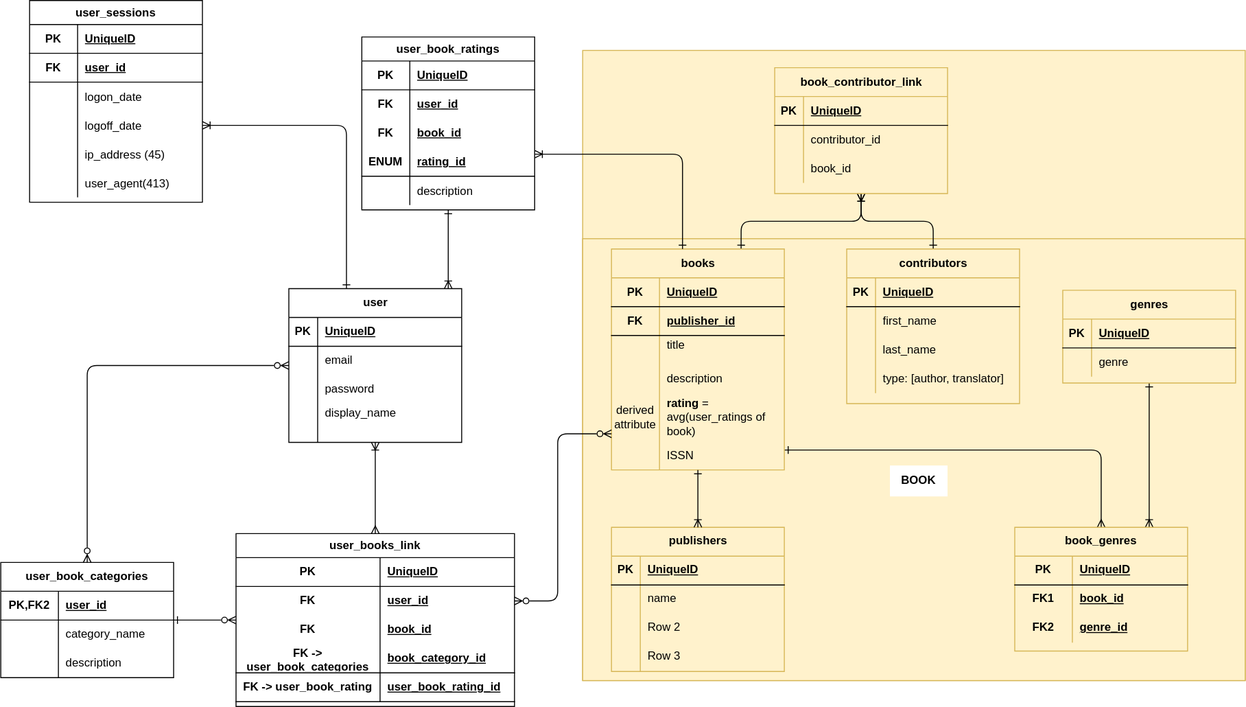
The draw.io diagram docs/uml.drawio.svg in JCU25/Shelfgleam, before a commit. Source tidied: cells renumbered, new cells last; positions are measured from the earlier drawing's top-left corner, leaving out a move shared by most shapes.
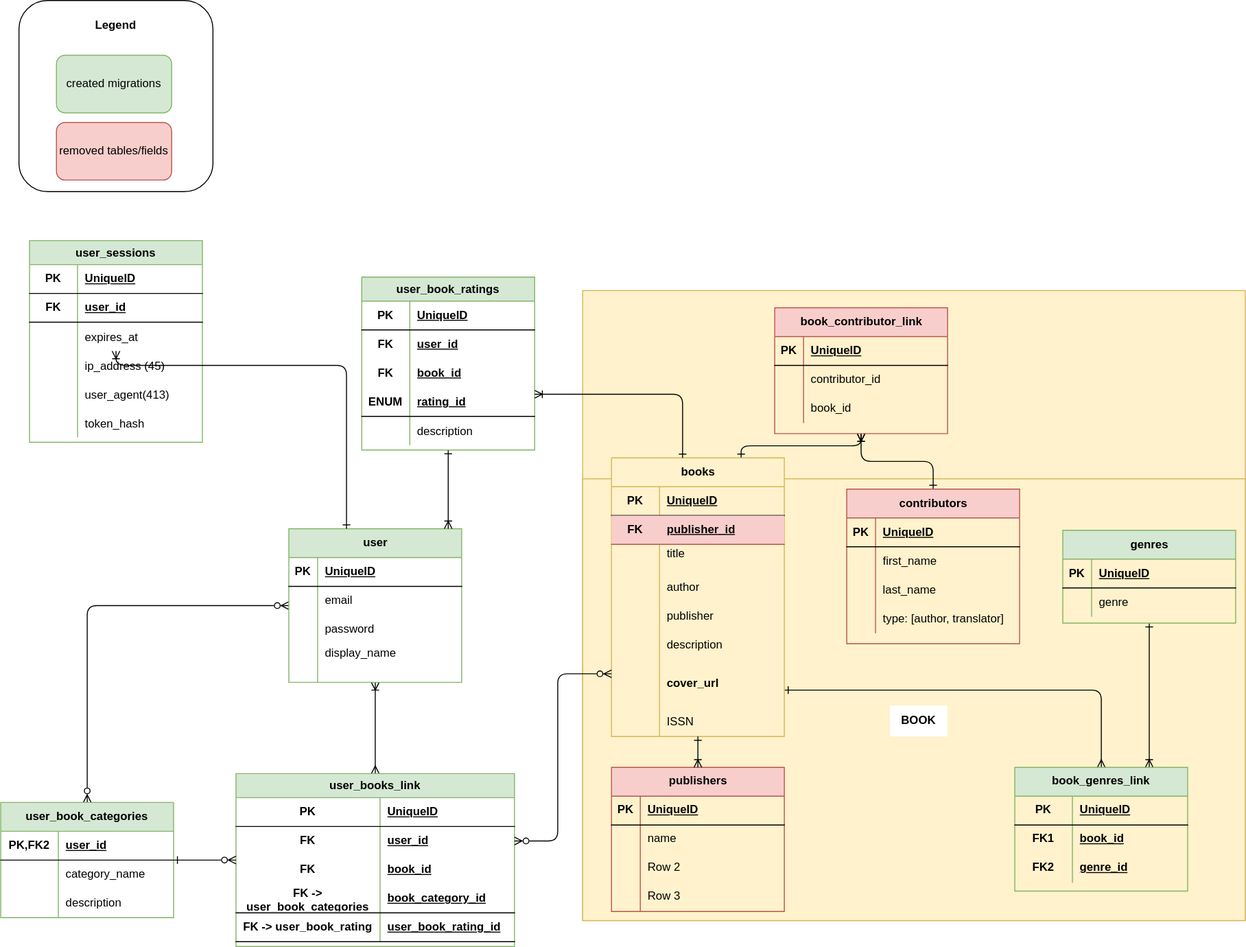
Above is the later version.

Diff of the diagram source:
```diff
@@ -8,7 +8,7 @@
     <mxCell id="3" style="edgeStyle=orthogonalEdgeStyle;html=1;startArrow=ERoneToMany;startFill=0;endArrow=ERmany;endFill=0;" parent="1" edge="1" source="4" target="20">
       <mxGeometry relative="1" as="geometry" />
     </mxCell>
-    <mxCell id="4" value="user" style="shape=table;startSize=30;rowLines=0;fontStyle=1;align=center;html=1;" parent="1" vertex="1">
+    <mxCell id="4" value="user" style="shape=table;startSize=30;rowLines=0;fontStyle=1;align=center;html=1;fillColor=#d5e8d4;strokeColor=#82b366;" parent="1" vertex="1">
       <mxGeometry x="300" y="300" width="180" height="160" as="geometry" />
     </mxCell>
     <mxCell id="5" style="shape=tableRow;horizontal=0;startSize=0;swimlaneHead=0;swimlaneBody=0;fillColor=none;top=0;left=0;right=0;bottom=1;" parent="4" vertex="1">
@@ -56,7 +56,7 @@
     <mxCell id="19" style="shape=partialRectangle;fillColor=none;top=0;left=0;bottom=0;right=0;align=left;spacingLeft=6;overflow=hidden;whiteSpace=wrap;html=1;" parent="17" vertex="1">
       <mxGeometry x="30" width="150" height="20" as="geometry" />
     </mxCell>
-    <mxCell id="20" value="user_books_link" style="shape=table;startSize=25;rowLines=0;fontStyle=1;align=center;html=1;whiteSpace=wrap;" parent="1" vertex="1">
+    <mxCell id="20" value="user_books_link" style="shape=table;startSize=25;rowLines=0;fontStyle=1;align=center;html=1;whiteSpace=wrap;fillColor=#d5e8d4;strokeColor=#82b366;" parent="1" vertex="1">
       <mxGeometry x="245" y="555" width="290" height="180" as="geometry" />
     </mxCell>
     <mxCell id="21" style="shape=tableRow;horizontal=0;startSize=0;swimlaneHead=0;swimlaneBody=0;fillColor=none;top=0;left=0;right=0;bottom=1;html=1;swimlaneFillColor=none;swimlaneLine=1;" parent="20" vertex="1">
@@ -107,7 +107,7 @@
     <mxCell id="36" style="edgeStyle=orthogonalEdgeStyle;html=1;startArrow=ERone;startFill=0;endArrow=ERzeroToMany;endFill=0;" parent="1" edge="1" source="37" target="20">
       <mxGeometry relative="1" as="geometry" />
     </mxCell>
-    <mxCell id="37" value="user_book_categories" style="shape=table;startSize=30;rowLines=0;fontStyle=1;align=center;html=1;whiteSpace=wrap;" parent="1" vertex="1">
+    <mxCell id="37" value="user_book_categories" style="shape=table;startSize=30;rowLines=0;fontStyle=1;align=center;html=1;whiteSpace=wrap;fillColor=#d5e8d4;strokeColor=#82b366;" parent="1" vertex="1">
       <mxGeometry y="585" width="180" height="120" as="geometry" />
     </mxCell>
     <mxCell id="38" style="shape=tableRow;horizontal=0;startSize=0;swimlaneHead=0;swimlaneBody=0;fillColor=none;top=0;left=0;right=0;bottom=1;html=1;" parent="37" vertex="1">
@@ -144,7 +144,7 @@
         </Array>
       </mxGeometry>
     </mxCell>
-    <mxCell id="48" value="user_book_ratings" style="shape=table;startSize=25;rowLines=0;fontStyle=1;align=center;html=1;whiteSpace=wrap;" parent="1" vertex="1">
+    <mxCell id="48" value="user_book_ratings" style="shape=table;startSize=25;rowLines=0;fontStyle=1;align=center;html=1;whiteSpace=wrap;fillColor=#d5e8d4;strokeColor=#82b366;" parent="1" vertex="1">
       <mxGeometry x="376" y="38" width="180" height="180" as="geometry" />
     </mxCell>
     <mxCell id="49" style="shape=tableRow;horizontal=0;startSize=0;swimlaneHead=0;swimlaneBody=0;fillColor=none;top=0;left=0;right=0;bottom=1;html=1;swimlaneFillColor=none;swimlaneLine=1;" parent="48" vertex="1">
@@ -192,7 +192,7 @@
     <mxCell id="63" value="description" style="shape=partialRectangle;fillColor=none;top=0;left=0;bottom=0;right=0;align=left;spacingLeft=6;overflow=hidden;" parent="61" vertex="1">
       <mxGeometry x="50" width="130" height="30" as="geometry" />
     </mxCell>
-    <mxCell id="64" value="user_sessions" style="shape=table;startSize=25;rowLines=0;fontStyle=1;align=center;html=1;whiteSpace=wrap;" parent="1" vertex="1">
+    <mxCell id="64" value="user_sessions" style="shape=table;startSize=25;rowLines=0;fontStyle=1;align=center;html=1;whiteSpace=wrap;fillColor=#d5e8d4;strokeColor=#82b366;" parent="1" vertex="1">
       <mxGeometry x="30" width="180" height="210" as="geometry" />
     </mxCell>
     <mxCell id="65" style="shape=tableRow;horizontal=0;startSize=0;swimlaneHead=0;swimlaneBody=0;fillColor=none;top=0;left=0;right=0;bottom=1;html=1;swimlaneFillColor=none;swimlaneLine=1;" parent="64" vertex="1">
@@ -213,26 +213,17 @@
     <mxCell id="70" value="user_id" style="shape=partialRectangle;fillColor=none;top=0;left=0;bottom=0;right=0;align=left;spacingLeft=6;fontStyle=5;overflow=hidden;html=1;whiteSpace=wrap;" parent="68" vertex="1">
       <mxGeometry x="50" width="130" height="30" as="geometry" />
     </mxCell>
-    <mxCell id="71" style="shape=tableRow;horizontal=0;startSize=0;swimlaneHead=0;swimlaneBody=0;fillColor=none;top=0;left=0;right=0;bottom=0;" parent="64" vertex="1">
-      <mxGeometry y="85" width="180" height="30" as="geometry" />
-    </mxCell>
-    <mxCell id="72" style="shape=partialRectangle;fillColor=none;top=0;left=0;bottom=0;right=0;overflow=hidden;" parent="71" vertex="1">
-      <mxGeometry width="50" height="30" as="geometry" />
-    </mxCell>
-    <mxCell id="73" value="logon_date" style="shape=partialRectangle;fillColor=none;top=0;left=0;bottom=0;right=0;align=left;spacingLeft=6;overflow=hidden;" parent="71" vertex="1">
-      <mxGeometry x="50" width="130" height="30" as="geometry" />
-    </mxCell>
     <mxCell id="74" style="shape=tableRow;horizontal=0;startSize=0;swimlaneHead=0;swimlaneBody=0;fillColor=none;points=[[0,0.5],[1,0.5]];portConstraint=eastwest;top=0;left=0;right=0;bottom=0;" parent="64" vertex="1">
-      <mxGeometry y="115" width="180" height="30" as="geometry" />
+      <mxGeometry y="85" width="180" height="30" as="geometry" />
     </mxCell>
     <mxCell id="75" style="shape=partialRectangle;fillColor=none;top=0;left=0;bottom=0;right=0;overflow=hidden;" parent="74" vertex="1">
       <mxGeometry width="50" height="30" as="geometry" />
     </mxCell>
-    <mxCell id="76" value="logoff_date" style="shape=partialRectangle;fillColor=none;top=0;left=0;bottom=0;right=0;align=left;spacingLeft=6;overflow=hidden;" parent="74" vertex="1">
+    <mxCell id="76" value="expires_at" style="shape=partialRectangle;fillColor=none;top=0;left=0;bottom=0;right=0;align=left;spacingLeft=6;overflow=hidden;" parent="74" vertex="1">
       <mxGeometry x="50" width="130" height="30" as="geometry" />
     </mxCell>
     <mxCell id="77" style="shape=tableRow;horizontal=0;startSize=0;swimlaneHead=0;swimlaneBody=0;fillColor=none;top=0;left=0;right=0;bottom=0;" parent="64" vertex="1">
-      <mxGeometry y="145" width="180" height="30" as="geometry" />
+      <mxGeometry y="115" width="180" height="30" as="geometry" />
     </mxCell>
     <mxCell id="78" style="shape=partialRectangle;fillColor=none;top=0;left=0;bottom=0;right=0;overflow=hidden;" parent="77" vertex="1">
       <mxGeometry width="50" height="30" as="geometry" />
@@ -241,7 +232,7 @@
       <mxGeometry x="50" width="130" height="30" as="geometry" />
     </mxCell>
     <mxCell id="80" style="shape=tableRow;horizontal=0;startSize=0;swimlaneHead=0;swimlaneBody=0;fillColor=none;top=0;left=0;right=0;bottom=0;" parent="64" vertex="1">
-      <mxGeometry y="175" width="180" height="30" as="geometry" />
+      <mxGeometry y="145" width="180" height="30" as="geometry" />
     </mxCell>
     <mxCell id="81" style="shape=partialRectangle;fillColor=none;top=0;left=0;bottom=0;right=0;overflow=hidden;" parent="80" vertex="1">
       <mxGeometry width="50" height="30" as="geometry" />
@@ -249,6 +240,15 @@
     <mxCell id="82" value="user_agent(413)" style="shape=partialRectangle;fillColor=none;top=0;left=0;bottom=0;right=0;align=left;spacingLeft=6;overflow=hidden;fontStyle=0;" parent="80" vertex="1">
       <mxGeometry x="50" width="130" height="30" as="geometry" />
     </mxCell>
+    <mxCell id="167" style="shape=tableRow;horizontal=0;startSize=0;swimlaneHead=0;swimlaneBody=0;fillColor=none;top=0;left=0;right=0;bottom=0;" parent="64" vertex="1">
+      <mxGeometry y="175" width="180" height="30" as="geometry" />
+    </mxCell>
+    <mxCell id="72" style="shape=partialRectangle;fillColor=none;top=0;left=0;bottom=0;right=0;overflow=hidden;" parent="167" vertex="1">
+      <mxGeometry width="50" height="30" as="geometry" />
+    </mxCell>
+    <mxCell id="168" value="token_hash" style="shape=partialRectangle;fillColor=none;top=0;left=0;bottom=0;right=0;align=left;spacingLeft=6;overflow=hidden;fontStyle=0;" parent="167" vertex="1">
+      <mxGeometry x="50" width="130" height="30" as="geometry" />
+    </mxCell>
     <mxCell id="83" style="edgeStyle=orthogonalEdgeStyle;html=1;endArrow=ERone;endFill=0;startArrow=ERoneToMany;startFill=0;" parent="1" edge="1" source="74" target="4">
       <mxGeometry relative="1" as="geometry">
         <Array as="points">
@@ -271,7 +271,7 @@
     <mxCell id="88" style="edgeStyle=orthogonalEdgeStyle;html=1;endArrow=ERone;endFill=0;startArrow=ERoneToMany;startFill=0;" parent="84" edge="1" source="89" target="119">
       <mxGeometry relative="1" as="geometry" />
     </mxCell>
-    <mxCell id="89" value="book_contributor_link" style="shape=table;startSize=30;rowLines=0;fontStyle=1;align=center;html=1;fillColor=#fff2cc;strokeColor=#d6b656;" parent="84" vertex="1">
+    <mxCell id="89" value="book_contributor_link" style="shape=table;startSize=30;rowLines=0;fontStyle=1;align=center;html=1;fillColor=#f8cecc;strokeColor=#b85450;" parent="84" vertex="1">
       <mxGeometry x="200" y="18" width="180" height="131" as="geometry" />
     </mxCell>
     <mxCell id="90" style="shape=tableRow;horizontal=0;startSize=0;swimlaneHead=0;swimlaneBody=0;fillColor=none;top=0;left=0;right=0;bottom=1;" parent="89" vertex="1">
@@ -309,7 +309,7 @@
       </mxGeometry>
     </mxCell>
     <mxCell id="100" value="books" style="shape=table;startSize=30;rowLines=0;fontStyle=1;align=center;html=1;fillColor=#fff2cc;strokeColor=#d6b656;" parent="84" vertex="1">
-      <mxGeometry x="30" y="206.7" width="180" height="230" as="geometry" />
+      <mxGeometry x="30" y="174.3" width="180" height="290" as="geometry" />
     </mxCell>
     <mxCell id="101" style="shape=tableRow;horizontal=0;startSize=0;swimlaneHead=0;swimlaneBody=0;fillColor=none;top=0;left=0;right=0;bottom=1;" parent="100" vertex="1">
       <mxGeometry y="30" width="180" height="30" as="geometry" />
@@ -320,7 +320,7 @@
     <mxCell id="103" value="&lt;span style=&quot;color: rgb(0, 0, 0);&quot;&gt;UniqueID&lt;/span&gt;" style="shape=partialRectangle;fillColor=none;top=0;left=0;bottom=0;right=0;align=left;spacingLeft=6;fontStyle=5;overflow=hidden;whiteSpace=wrap;html=1;" parent="101" vertex="1">
       <mxGeometry x="50" width="130" height="30" as="geometry" />
     </mxCell>
-    <mxCell id="104" style="shape=tableRow;horizontal=0;startSize=0;swimlaneHead=0;swimlaneBody=0;fillColor=none;top=0;left=0;right=0;bottom=1;" parent="100" vertex="1">
+    <mxCell id="104" style="shape=tableRow;horizontal=0;startSize=0;swimlaneHead=0;swimlaneBody=0;fillColor=#f8cecc;top=0;left=0;right=0;bottom=1;strokeColor=#b85450;" parent="100" vertex="1">
       <mxGeometry y="60" width="180" height="30" as="geometry" />
     </mxCell>
     <mxCell id="105" value="FK" style="shape=partialRectangle;fillColor=none;top=0;left=0;bottom=0;right=0;fontStyle=1;overflow=hidden;whiteSpace=wrap;html=1;" parent="104" vertex="1">
@@ -338,8 +338,26 @@
     <mxCell id="109" value="title&lt;span style=&quot;white-space: pre;&quot;&gt;&#9;&lt;/span&gt;" style="shape=partialRectangle;fillColor=none;top=0;left=0;bottom=0;right=0;align=left;spacingLeft=6;overflow=hidden;whiteSpace=wrap;html=1;" parent="107" vertex="1">
       <mxGeometry x="50" width="130" height="30" as="geometry" />
     </mxCell>
+    <mxCell id="169" style="shape=tableRow;horizontal=0;startSize=0;swimlaneHead=0;swimlaneBody=0;fillColor=none;top=0;left=0;right=0;bottom=0;" parent="100" vertex="1">
+      <mxGeometry y="120" width="180" height="30" as="geometry" />
+    </mxCell>
+    <mxCell id="170" style="shape=partialRectangle;fillColor=none;top=0;left=0;bottom=0;right=0;overflow=hidden;whiteSpace=wrap;html=1;" parent="169" vertex="1">
+      <mxGeometry width="50" height="30" as="geometry" />
+    </mxCell>
+    <mxCell id="171" value="author" style="shape=partialRectangle;fillColor=none;top=0;left=0;bottom=0;right=0;align=left;spacingLeft=6;overflow=hidden;whiteSpace=wrap;html=1;" parent="169" vertex="1">
+      <mxGeometry x="50" width="130" height="30" as="geometry" />
+    </mxCell>
+    <mxCell id="172" style="shape=tableRow;horizontal=0;startSize=0;swimlaneHead=0;swimlaneBody=0;fillColor=none;top=0;left=0;right=0;bottom=0;" parent="100" vertex="1">
+      <mxGeometry y="150" width="180" height="30" as="geometry" />
+    </mxCell>
+    <mxCell id="173" style="shape=partialRectangle;fillColor=none;top=0;left=0;bottom=0;right=0;overflow=hidden;whiteSpace=wrap;html=1;" parent="172" vertex="1">
+      <mxGeometry width="50" height="30" as="geometry" />
+    </mxCell>
+    <mxCell id="174" value="publisher" style="shape=partialRectangle;fillColor=none;top=0;left=0;bottom=0;right=0;align=left;spacingLeft=6;overflow=hidden;whiteSpace=wrap;html=1;" parent="172" vertex="1">
+      <mxGeometry x="50" width="130" height="30" as="geometry" />
+    </mxCell>
     <mxCell id="110" style="shape=tableRow;horizontal=0;startSize=0;swimlaneHead=0;swimlaneBody=0;fillColor=none;top=0;left=0;right=0;bottom=0;" parent="100" vertex="1">
-      <mxGeometry y="120" width="180" height="30" as="geometry" />
+      <mxGeometry y="180" width="180" height="30" as="geometry" />
     </mxCell>
     <mxCell id="111" style="shape=partialRectangle;fillColor=none;top=0;left=0;bottom=0;right=0;overflow=hidden;whiteSpace=wrap;html=1;" parent="110" vertex="1">
       <mxGeometry width="50" height="30" as="geometry" />
@@ -347,17 +365,17 @@
     <mxCell id="112" value="description" style="shape=partialRectangle;fillColor=none;top=0;left=0;bottom=0;right=0;align=left;spacingLeft=6;overflow=hidden;whiteSpace=wrap;html=1;" parent="110" vertex="1">
       <mxGeometry x="50" width="130" height="30" as="geometry" />
     </mxCell>
-    <mxCell id="113" style="shape=tableRow;horizontal=0;startSize=0;swimlaneHead=0;swimlaneBody=0;fillColor=none;top=0;left=0;right=0;bottom=0;" parent="100" vertex="1">
-      <mxGeometry y="150" width="180" height="50" as="geometry" />
+    <mxCell id="113" style="shape=tableRow;horizontal=0;startSize=0;swimlaneHead=0;swimlaneBody=0;top=0;left=0;right=0;bottom=0;fillColor=none;strokeColor=#d6b656;" parent="100" vertex="1">
+      <mxGeometry y="210" width="180" height="50" as="geometry" />
     </mxCell>
-    <mxCell id="114" value="derived attribute" style="shape=partialRectangle;fillColor=none;top=0;left=0;bottom=0;right=0;overflow=hidden;whiteSpace=wrap;html=1;" parent="113" vertex="1">
+    <mxCell id="114" style="shape=partialRectangle;fillColor=none;top=0;left=0;bottom=0;right=0;overflow=hidden;whiteSpace=wrap;html=1;" parent="113" vertex="1">
       <mxGeometry width="50" height="50" as="geometry" />
     </mxCell>
-    <mxCell id="115" value="&lt;b&gt;rating&lt;/b&gt; = avg(user_ratings of book)" style="shape=partialRectangle;fillColor=none;top=0;left=0;bottom=0;right=0;align=left;spacingLeft=6;overflow=hidden;whiteSpace=wrap;html=1;" parent="113" vertex="1">
+    <mxCell id="115" value="&lt;b&gt;cover_url&lt;/b&gt;" style="shape=partialRectangle;fillColor=none;top=0;left=0;bottom=0;right=0;align=left;spacingLeft=6;overflow=hidden;whiteSpace=wrap;html=1;" parent="113" vertex="1">
       <mxGeometry x="50" width="130" height="50" as="geometry" />
     </mxCell>
     <mxCell id="116" style="shape=tableRow;horizontal=0;startSize=0;swimlaneHead=0;swimlaneBody=0;fillColor=none;top=0;left=0;right=0;bottom=0;" parent="100" vertex="1">
-      <mxGeometry y="200" width="180" height="30" as="geometry" />
+      <mxGeometry y="260" width="180" height="30" as="geometry" />
     </mxCell>
     <mxCell id="117" style="shape=partialRectangle;fillColor=none;top=0;left=0;bottom=0;right=0;overflow=hidden;whiteSpace=wrap;html=1;" parent="116" vertex="1">
       <mxGeometry width="50" height="30" as="geometry" />
@@ -365,7 +383,7 @@
     <mxCell id="118" value="ISSN" style="shape=partialRectangle;fillColor=none;top=0;left=0;bottom=0;right=0;align=left;spacingLeft=6;overflow=hidden;whiteSpace=wrap;html=1;" parent="116" vertex="1">
       <mxGeometry x="50" width="130" height="30" as="geometry" />
     </mxCell>
-    <mxCell id="119" value="contributors" style="shape=table;startSize=30;rowLines=0;fontStyle=1;align=center;html=1;fillColor=#fff2cc;strokeColor=#d6b656;" parent="84" vertex="1">
+    <mxCell id="119" value="contributors" style="shape=table;startSize=30;rowLines=0;fontStyle=1;align=center;html=1;fillColor=#f8cecc;strokeColor=#b85450;" parent="84" vertex="1">
       <mxGeometry x="275" y="206.7" width="180" height="161" as="geometry" />
     </mxCell>
     <mxCell id="120" style="shape=tableRow;horizontal=0;startSize=0;swimlaneHead=0;swimlaneBody=0;fillColor=none;top=0;left=0;right=0;bottom=1;" parent="119" vertex="1">
@@ -411,7 +429,7 @@
         </Array>
       </mxGeometry>
     </mxCell>
-    <mxCell id="133" value="genres" style="shape=table;startSize=30;rowLines=0;fontStyle=1;align=center;html=1;fillColor=#fff2cc;strokeColor=#d6b656;" parent="84" vertex="1">
+    <mxCell id="133" value="genres" style="shape=table;startSize=30;rowLines=0;fontStyle=1;align=center;html=1;fillColor=#d5e8d4;strokeColor=#82b366;" parent="84" vertex="1">
       <mxGeometry x="500" y="249.7" width="180" height="96.6" as="geometry" />
     </mxCell>
     <mxCell id="134" style="shape=tableRow;horizontal=0;startSize=0;swimlaneHead=0;swimlaneBody=0;fillColor=none;top=0;left=0;right=0;bottom=1;" parent="133" vertex="1">
@@ -432,7 +450,7 @@
     <mxCell id="139" value="genre" style="shape=partialRectangle;fillColor=none;top=0;left=0;bottom=0;right=0;align=left;spacingLeft=6;overflow=hidden;whiteSpace=wrap;html=1;" parent="137" vertex="1">
       <mxGeometry x="30" width="150" height="30" as="geometry" />
     </mxCell>
-    <mxCell id="140" value="book_genres" style="shape=table;startSize=30;rowLines=0;fontStyle=1;align=center;html=1;whiteSpace=wrap;fillColor=#fff2cc;strokeColor=#d6b656;" parent="84" vertex="1">
+    <mxCell id="140" value="book_genres_link" style="shape=table;startSize=30;rowLines=0;fontStyle=1;align=center;html=1;whiteSpace=wrap;fillColor=#d5e8d4;strokeColor=#82b366;" parent="84" vertex="1">
       <mxGeometry x="450" y="496.5" width="180" height="128.8" as="geometry" />
     </mxCell>
     <mxCell id="141" style="shape=tableRow;horizontal=0;startSize=0;swimlaneHead=0;swimlaneBody=0;fillColor=none;top=0;left=0;right=0;bottom=1;html=1;" parent="140" vertex="1">
@@ -465,7 +483,7 @@
     <mxCell id="150" value="&lt;b&gt;BOOK&lt;/b&gt;" style="text;strokeColor=none;align=center;fillColor=default;html=1;verticalAlign=middle;whiteSpace=wrap;rounded=0;" parent="84" vertex="1">
       <mxGeometry x="320" y="432.1" width="60" height="32.2" as="geometry" />
     </mxCell>
-    <mxCell id="151" value="publishers" style="shape=table;startSize=30;rowLines=0;fontStyle=1;align=center;html=1;fillColor=#fff2cc;strokeColor=#d6b656;" parent="84" vertex="1">
+    <mxCell id="151" value="publishers" style="shape=table;startSize=30;rowLines=0;fontStyle=1;align=center;html=1;fillColor=#f8cecc;strokeColor=#b85450;" parent="84" vertex="1">
       <mxGeometry x="30" y="496.5" width="180" height="150" as="geometry" />
     </mxCell>
     <mxCell id="152" style="shape=tableRow;horizontal=0;startSize=0;swimlaneHead=0;swimlaneBody=0;fillColor=none;top=0;left=0;right=0;bottom=1;" parent="151" vertex="1">
@@ -522,5 +540,20 @@
         </Array>
       </mxGeometry>
     </mxCell>
+    <mxCell id="175" style="group;" parent="1" vertex="1">
+      <mxGeometry x="19" y="-250" width="202" height="199" as="geometry" />
+    </mxCell>
+    <mxCell id="176" style="rounded=1;whiteSpace=wrap;html=1;" parent="175" vertex="1">
+      <mxGeometry width="202" height="199" as="geometry" />
+    </mxCell>
+    <mxCell id="177" value="created migrations" style="rounded=1;whiteSpace=wrap;html=1;fillColor=#d5e8d4;strokeColor=#82b366;" parent="175" vertex="1">
+      <mxGeometry x="39" y="57" width="120" height="60" as="geometry" />
+    </mxCell>
+    <mxCell id="178" value="removed tables/fields" style="rounded=1;whiteSpace=wrap;html=1;fillColor=#f8cecc;strokeColor=#b85450;" parent="175" vertex="1">
+      <mxGeometry x="39" y="127" width="120" height="60" as="geometry" />
+    </mxCell>
+    <mxCell id="179" value="Legend" style="text;strokeColor=none;align=center;fillColor=none;html=1;verticalAlign=middle;whiteSpace=wrap;rounded=0;fontStyle=1;" parent="175" vertex="1">
+      <mxGeometry x="40" y="11" width="122" height="30" as="geometry" />
+    </mxCell>
   </root>
 </mxGraphModel>
```
